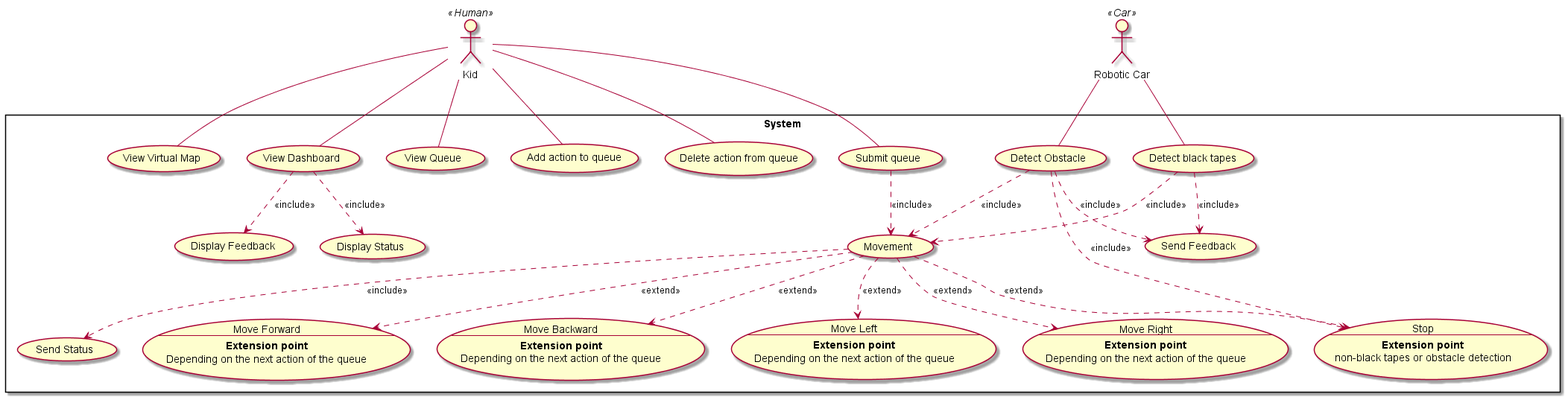
DanielFYJ/2101-2201-Project keeps this PlantUML diagram as Project Use-Case-Diagram.png. Above is the earlier version. Source of this version:
```plantuml
@startuml
actor Kid << Human>>
actor "Robotic Car" as Car << Car>>

rectangle "System" {
    usecase "Display Feedback" as UC2
    usecase "View Virtual Map" as UC3
    usecase "View Dashboard" as UC4
    usecase "View Queue" as UC5
    usecase "Display Status" as UC23
    usecase "Add action to queue" as UC8
    usecase "Delete action from queue" as UC9
    usecase "Submit queue" as UC10

    usecase "Movement" as UC11
    usecase UC12 as "Move Forward
    --
    **Extension point**\nDepending on the next action of the queue"
    usecase UC13 as "Move Backward
    --
    **Extension point**\nDepending on the next action of the queue"
    usecase UC14 as "Move Left
    --
    **Extension point**\nDepending on the next action of the queue"
    usecase UC15 as "Move Right
    --
    **Extension point**\nDepending on the next action of the queue"
    usecase UC19 as "
    Stop
    --
    **Extension point**\nnon-black tapes or obstacle detection"

    usecase "Detect Obstacle" as UC16
    usecase "Detect black tapes" as UC20
    usecase "Send Feedback" as UC22
    usecase "Send Status" as UC24
}

    Kid -- UC4
    Kid -- UC5
    Kid -- UC3
    Kid -- UC8
    Kid -- UC9
    Kid -- UC10
    Car -- UC16
    Car -- UC20


    UC4 ..> UC2 : <<include>>
    UC4 ..> UC23 : <<include>>
    UC16 ..> UC22 : <<include>>
    UC16 ..> UC11 : <<include>>
    UC20 ..> UC22 : <<include>>
    UC11 ..> UC24 : <<include>>
    UC10 ..> UC11 : <<include>>
    UC11 ..> UC12 : <<extend>>
    UC11 ..> UC13 : <<extend>>
    UC11 ..> UC14 : <<extend>>
    UC11 ..> UC15 : <<extend>>
    UC16 ..> UC19 : <<include>>
    UC20 ..> UC11 : <<include>>
    UC11 ..> UC19 : <<extend>>


@enduml
```
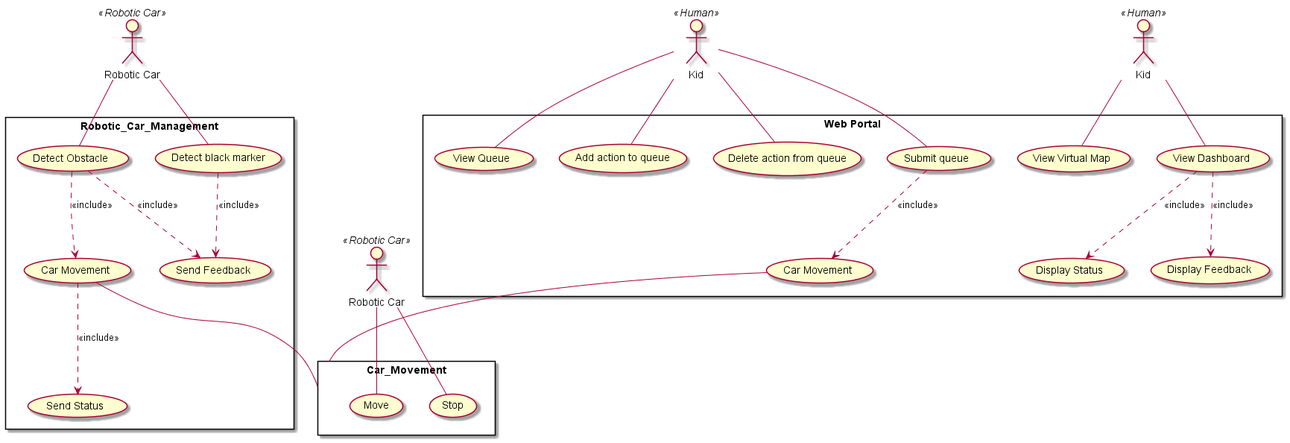
After the change.

What changed in the source:
```diff
@@ -1,65 +1,57 @@
 @startuml
-actor Kid << Human>>
-actor "Robotic Car" as Car << Car>>
+actor "Kid" as kid1<< Human>>
+actor "Kid" as kid2<< Human>>
+actor "Robotic Car" as Car << Robotic Car>>
+actor "Robotic Car" as Car2 << Robotic Car>>
 
-rectangle "System" {
+rectangle "Web Portal" {
     usecase "Display Feedback" as UC2
     usecase "View Virtual Map" as UC3
     usecase "View Dashboard" as UC4
+    usecase "Display Status" as UC23
     usecase "View Queue" as UC5
-    usecase "Display Status" as UC23
     usecase "Add action to queue" as UC8
     usecase "Delete action from queue" as UC9
     usecase "Submit queue" as UC10
-
-    usecase "Movement" as UC11
-    usecase UC12 as "Move Forward
-    --
-    **Extension point**\nDepending on the next action of the queue"
-    usecase UC13 as "Move Backward
-    --
-    **Extension point**\nDepending on the next action of the queue"
-    usecase UC14 as "Move Left
-    --
-    **Extension point**\nDepending on the next action of the queue"
-    usecase UC15 as "Move Right
-    --
-    **Extension point**\nDepending on the next action of the queue"
-    usecase UC19 as "
-    Stop
-    --
-    **Extension point**\nnon-black tapes or obstacle detection"
-
-    usecase "Detect Obstacle" as UC16
-    usecase "Detect black tapes" as UC20
-    usecase "Send Feedback" as UC22
-    usecase "Send Status" as UC24
+    usecase "Car Movement" as CM1
 }
 
-    Kid -- UC4
-    Kid -- UC5
-    Kid -- UC3
-    Kid -- UC8
-    Kid -- UC9
-    Kid -- UC10
+rectangle "Robotic_Car_Management" {
+    usecase UC16 as "Detect Obstacle"
+    usecase UC20 as "Detect black marker"
+    usecase UC22 as "Send Feedback"
+    usecase UC24 as "Send Status"
+    usecase "Car Movement" as CM2
+}
+
+rectangle "Car_Movement" {
+    usecase "Move" as MV
+    usecase UC19 as "Stop"
+}
+
+    CM1 -- Car_Movement
+    CM2 -- Car_Movement
+
+    kid1 -- UC4
+    kid1 -- UC3
+
+    kid2 -- UC5
+    kid2 -- UC8
+    kid2 -- UC9
+    kid2 -- UC10
+
     Car -- UC16
     Car -- UC20
-
-
+    Car2 -- MV
+    Car2 -- UC19
+    CM2 ..> UC24 : <<include>>
+    UC16 ..> UC22 : <<include>>
+    UC16 ..> CM2 : <<include>>
+    UC20 ..> UC22 : <<include>>
+    UC10 ..> CM1 : <<include>>
     UC4 ..> UC2 : <<include>>
     UC4 ..> UC23 : <<include>>
-    UC16 ..> UC22 : <<include>>
-    UC16 ..> UC11 : <<include>>
-    UC20 ..> UC22 : <<include>>
-    UC11 ..> UC24 : <<include>>
-    UC10 ..> UC11 : <<include>>
-    UC11 ..> UC12 : <<extend>>
-    UC11 ..> UC13 : <<extend>>
-    UC11 ..> UC14 : <<extend>>
-    UC11 ..> UC15 : <<extend>>
-    UC16 ..> UC19 : <<include>>
-    UC20 ..> UC11 : <<include>>
-    UC11 ..> UC19 : <<extend>>
+
 
 
 @enduml
```
